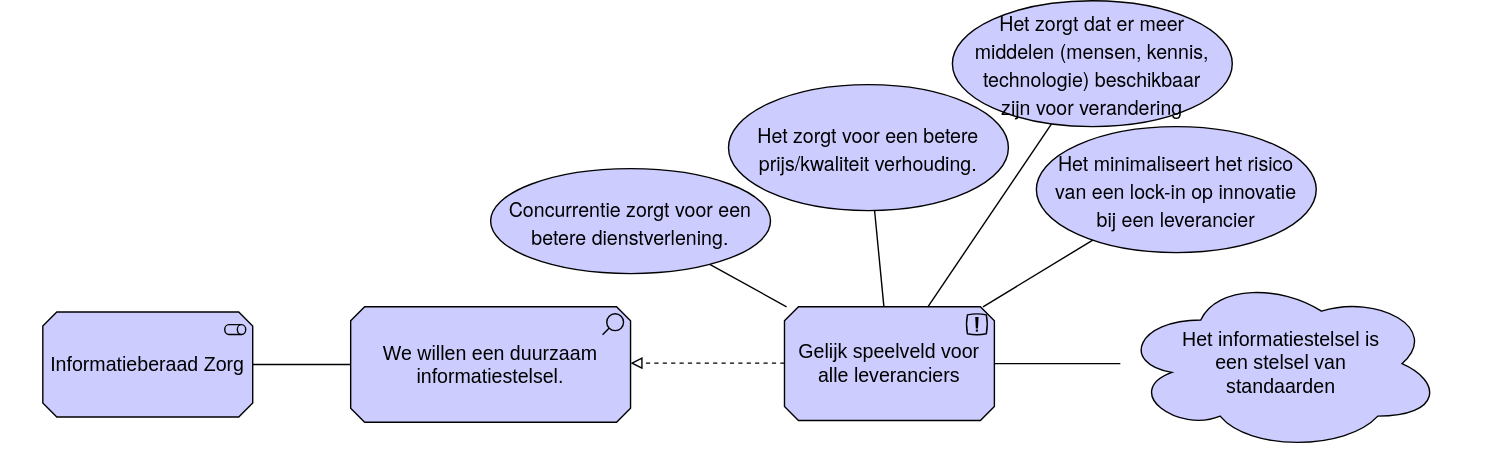
The draw.io diagram .gitbook/assets/motivation/levelplayingfield.svg in dizra/docs, before a commit. Source tidied: cells renumbered, new cells last; positions are measured from the earlier drawing's top-left corner, leaving out a move shared by most shapes.
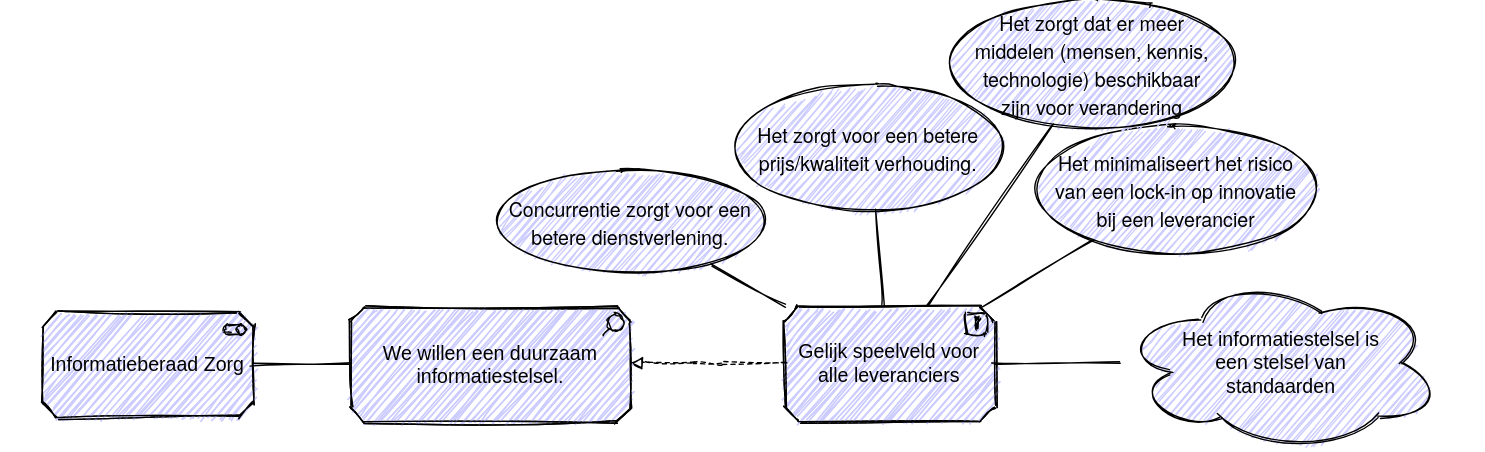
Later version of the same file.

What changed in the source:
```diff
@@ -2,52 +2,52 @@
   <root>
     <mxCell id="0" />
     <mxCell id="1" parent="0" />
-    <mxCell id="2" value="Gelijk speelveld voor alle leveranciers" style="html=1;outlineConnect=0;whiteSpace=wrap;fillColor=#CCCCFF;shape=mxgraph.archimate3.application;appType=principle;archiType=oct;strokeColor=#000000;fontSize=14;fontColor=#000000;" parent="1" vertex="1">
+    <mxCell id="2" value="Gelijk speelveld voor alle leveranciers" style="html=1;outlineConnect=0;whiteSpace=wrap;fillColor=#CCCCFF;shape=mxgraph.archimate3.application;appType=principle;archiType=oct;strokeColor=#000000;fontSize=14;fontColor=#000000;sketch=1;" parent="1" vertex="1">
       <mxGeometry x="560" y="218.8" width="150" height="81.2" as="geometry" />
     </mxCell>
-    <mxCell id="3" value="&lt;p class=&quot;p1&quot; style=&quot;margin: 0px ; font-stretch: normal ; font-size: 14px ; line-height: normal ; font-family: &amp;#34;helvetica neue&amp;#34;&quot;&gt;Concurrentie zorgt voor een betere dienstverlening.&lt;/p&gt;" style="shape=ellipse;html=1;whiteSpace=wrap;fillColor=#CCCCFF;perimeter=ellipsePerimeter;strokeColor=#000000;fontSize=14;fontColor=#000000;" parent="1" vertex="1">
+    <mxCell id="3" value="&lt;p class=&quot;p1&quot; style=&quot;margin: 0px ; font-stretch: normal ; font-size: 14px ; line-height: normal ; font-family: &amp;#34;helvetica neue&amp;#34;&quot;&gt;Concurrentie zorgt voor een betere dienstverlening.&lt;/p&gt;" style="shape=ellipse;html=1;whiteSpace=wrap;fillColor=#CCCCFF;perimeter=ellipsePerimeter;strokeColor=#000000;fontSize=14;fontColor=#000000;sketch=1;" parent="1" vertex="1">
       <mxGeometry x="350" y="120" width="200" height="75" as="geometry" />
     </mxCell>
-    <mxCell id="4" style="endArrow=none;html=1;fontSize=14;" parent="1" edge="1" source="2" target="3">
+    <mxCell id="4" style="endArrow=none;html=1;fontSize=14;sketch=1;" parent="1" edge="1" source="2" target="3">
       <mxGeometry relative="1" as="geometry" />
     </mxCell>
-    <mxCell id="5" style="edgeStyle=elbowEdgeStyle;html=1;endArrow=block;elbow=vertical;endFill=0;dashed=1;" parent="1" edge="1" source="2" target="8">
+    <mxCell id="5" style="edgeStyle=elbowEdgeStyle;html=1;endArrow=block;elbow=vertical;endFill=0;dashed=1;sketch=1;" parent="1" edge="1" source="2" target="8">
       <mxGeometry relative="1" as="geometry" />
     </mxCell>
-    <mxCell id="6" value="Het informatiestelsel is een stelsel van standaarden" style="shape=cloud;html=1;whiteSpace=wrap;fillColor=#CCCCFF;align=center;strokeColor=#000000;fontSize=14;fontColor=#000000;spacingLeft=30;spacingRight=30;" parent="1" vertex="1">
+    <mxCell id="6" value="Het informatiestelsel is een stelsel van standaarden" style="shape=cloud;html=1;whiteSpace=wrap;fillColor=#CCCCFF;align=center;strokeColor=#000000;fontSize=14;fontColor=#000000;spacingLeft=30;spacingRight=30;sketch=1;" parent="1" vertex="1">
       <mxGeometry x="800" y="196.9" width="230" height="125" as="geometry" />
     </mxCell>
-    <mxCell id="7" style="endArrow=none;html=1;fontSize=14;" parent="1" edge="1" source="2" target="6">
+    <mxCell id="7" style="endArrow=none;html=1;fontSize=14;sketch=1;" parent="1" edge="1" source="2" target="6">
       <mxGeometry relative="1" as="geometry" />
     </mxCell>
-    <mxCell id="8" value="We willen een duurzaam informatiestelsel." style="html=1;outlineConnect=0;whiteSpace=wrap;fillColor=#CCCCFF;shape=mxgraph.archimate3.application;appType=assess;archiType=oct;fontSize=14;strokeColor=#000000;fontColor=#000000;" parent="1" vertex="1">
+    <mxCell id="8" value="We willen een duurzaam informatiestelsel." style="html=1;outlineConnect=0;whiteSpace=wrap;fillColor=#CCCCFF;shape=mxgraph.archimate3.application;appType=assess;archiType=oct;fontSize=14;strokeColor=#000000;fontColor=#000000;sketch=1;" parent="1" vertex="1">
       <mxGeometry x="250" y="218.8" width="200" height="82.5" as="geometry" />
     </mxCell>
-    <mxCell id="9" value="Informatieberaad Zorg" style="html=1;outlineConnect=0;whiteSpace=wrap;fillColor=#CCCCFF;shape=mxgraph.archimate3.application;appType=role;archiType=oct;fontSize=14;strokeColor=#000000;fontColor=#000000;" parent="1" vertex="1">
+    <mxCell id="9" value="Informatieberaad Zorg" style="html=1;outlineConnect=0;whiteSpace=wrap;fillColor=#CCCCFF;shape=mxgraph.archimate3.application;appType=role;archiType=oct;fontSize=14;strokeColor=#000000;fontColor=#000000;sketch=1;" parent="1" vertex="1">
       <mxGeometry x="30" y="222.5" width="150" height="75" as="geometry" />
     </mxCell>
-    <mxCell id="10" style="endArrow=none;html=1;fontSize=14;" parent="1" edge="1" source="8" target="9">
+    <mxCell id="10" style="endArrow=none;html=1;fontSize=14;sketch=1;" parent="1" edge="1" source="8" target="9">
       <mxGeometry relative="1" as="geometry" />
     </mxCell>
-    <mxCell id="11" value="&lt;p class=&quot;p1&quot; style=&quot;margin: 0px ; font-stretch: normal ; font-size: 14px ; line-height: normal ; font-family: &amp;#34;helvetica neue&amp;#34;&quot;&gt;Het minimaliseert het risico van een lock-in op innovatie bij een leverancier&lt;/p&gt;" style="shape=ellipse;html=1;whiteSpace=wrap;fillColor=#CCCCFF;perimeter=ellipsePerimeter;strokeColor=#000000;fontSize=14;fontColor=#000000;spacingLeft=10;spacingRight=10;" parent="1" vertex="1">
+    <mxCell id="11" value="&lt;p class=&quot;p1&quot; style=&quot;margin: 0px ; font-stretch: normal ; font-size: 14px ; line-height: normal ; font-family: &amp;#34;helvetica neue&amp;#34;&quot;&gt;Het minimaliseert het risico van een lock-in op innovatie bij een leverancier&lt;/p&gt;" style="shape=ellipse;html=1;whiteSpace=wrap;fillColor=#CCCCFF;perimeter=ellipsePerimeter;strokeColor=#000000;fontSize=14;fontColor=#000000;spacingLeft=10;spacingRight=10;sketch=1;" parent="1" vertex="1">
       <mxGeometry x="740" y="90" width="200" height="90" as="geometry" />
     </mxCell>
-    <mxCell id="12" style="endArrow=none;html=1;" parent="1" edge="1" source="2" target="11">
+    <mxCell id="12" style="endArrow=none;html=1;sketch=1;" parent="1" edge="1" source="2" target="11">
       <mxGeometry relative="1" as="geometry" />
     </mxCell>
-    <mxCell id="13" value="&lt;p class=&quot;p1&quot; style=&quot;margin: 0px ; font-stretch: normal ; font-size: 14px ; line-height: normal ; font-family: &amp;#34;helvetica neue&amp;#34;&quot;&gt;Het zorgt voor een betere prijs/kwaliteit verhouding.&lt;/p&gt;" style="shape=ellipse;html=1;whiteSpace=wrap;fillColor=#CCCCFF;perimeter=ellipsePerimeter;strokeColor=#000000;fontSize=14;fontColor=#000000;spacingLeft=10;spacingRight=10;" parent="1" vertex="1">
+    <mxCell id="13" value="&lt;p class=&quot;p1&quot; style=&quot;margin: 0px ; font-stretch: normal ; font-size: 14px ; line-height: normal ; font-family: &amp;#34;helvetica neue&amp;#34;&quot;&gt;Het zorgt voor een betere prijs/kwaliteit verhouding.&lt;/p&gt;" style="shape=ellipse;html=1;whiteSpace=wrap;fillColor=#CCCCFF;perimeter=ellipsePerimeter;strokeColor=#000000;fontSize=14;fontColor=#000000;spacingLeft=10;spacingRight=10;sketch=1;" parent="1" vertex="1">
       <mxGeometry x="520" y="60" width="200" height="90" as="geometry" />
     </mxCell>
-    <mxCell id="14" style="endArrow=none;html=1;" parent="1" edge="1" source="2" target="13">
+    <mxCell id="14" style="endArrow=none;html=1;sketch=1;" parent="1" edge="1" source="2" target="13">
       <mxGeometry relative="1" as="geometry" />
     </mxCell>
-    <mxCell id="15" value="&lt;p class=&quot;p1&quot; style=&quot;margin: 0px ; font-stretch: normal ; font-size: 14px ; line-height: normal ; font-family: &amp;#34;helvetica neue&amp;#34;&quot;&gt;Het zorgt dat er meer middelen (mensen, kennis, technologie) beschikbaar zijn voor verandering&lt;/p&gt;" style="shape=ellipse;html=1;whiteSpace=wrap;fillColor=#CCCCFF;perimeter=ellipsePerimeter;strokeColor=#000000;fontSize=14;fontColor=#000000;spacingLeft=10;spacingRight=10;" parent="1" vertex="1">
+    <mxCell id="15" value="&lt;p class=&quot;p1&quot; style=&quot;margin: 0px ; font-stretch: normal ; font-size: 14px ; line-height: normal ; font-family: &amp;#34;helvetica neue&amp;#34;&quot;&gt;Het zorgt dat er meer middelen (mensen, kennis, technologie) beschikbaar zijn voor verandering&lt;/p&gt;" style="shape=ellipse;html=1;whiteSpace=wrap;fillColor=#CCCCFF;perimeter=ellipsePerimeter;strokeColor=#000000;fontSize=14;fontColor=#000000;spacingLeft=10;spacingRight=10;sketch=1;" parent="1" vertex="1">
       <mxGeometry x="680" width="200" height="90" as="geometry" />
     </mxCell>
-    <mxCell id="16" style="endArrow=none;html=1;" parent="1" edge="1" source="2" target="15">
+    <mxCell id="16" style="endArrow=none;html=1;sketch=1;" parent="1" edge="1" source="2" target="15">
       <mxGeometry relative="1" as="geometry" />
     </mxCell>
-    <mxCell id="17" style="rounded=0;whiteSpace=wrap;html=1;fillColor=none;strokeColor=none;" parent="1" vertex="1">
+    <mxCell id="17" style="rounded=0;whiteSpace=wrap;html=1;fillColor=none;strokeColor=none;sketch=1;" parent="1" vertex="1">
       <mxGeometry y="210" width="1060" height="60" as="geometry" />
     </mxCell>
   </root>
```
